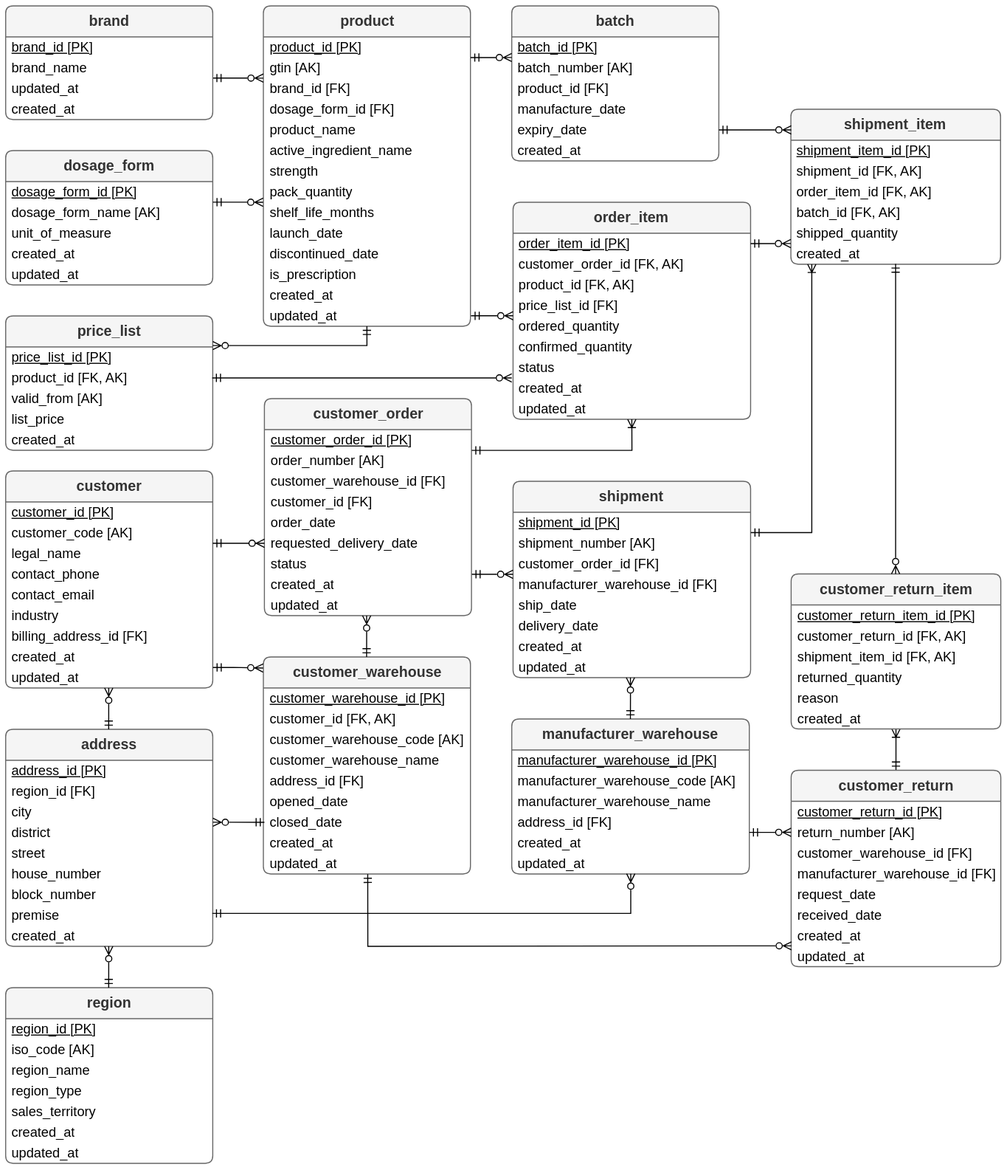
Earlier version of the draw.io export docs/images/ERP_entity_relationship.svg (IliaTimchuk/ZIP-Data-Pipeline). Source tidied: cells renumbered, new cells last; positions are measured from the earlier drawing's top-left corner, leaving out a move shared by most shapes.
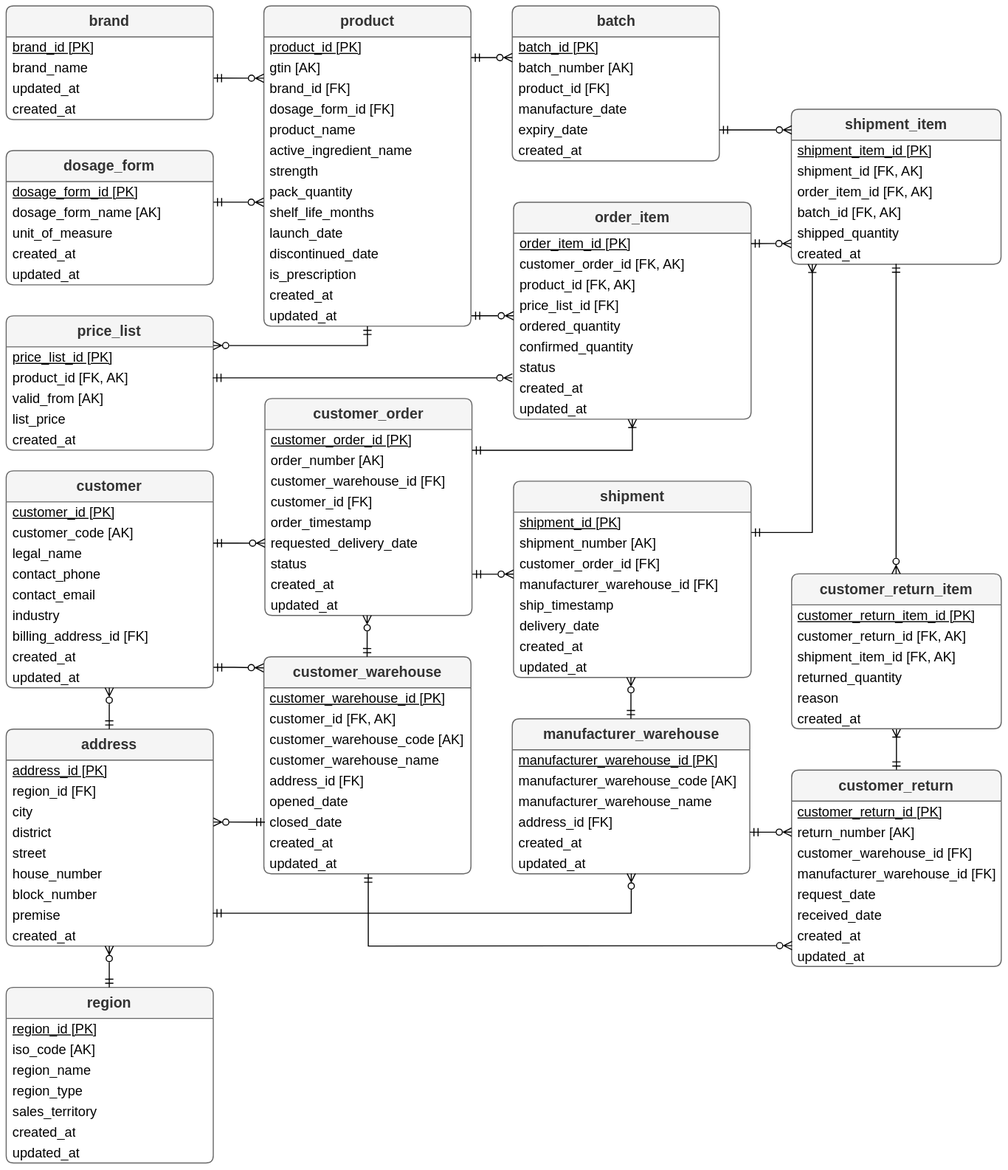
After the change.

The edit, as a diff of the source:
```diff
@@ -175,7 +175,7 @@
     <mxCell id="55" value="manufacturer_warehouse_id [FK]" style="text;align=left;verticalAlign=middle;spacingLeft=4;spacingRight=4;overflow=hidden;whiteSpace=wrap;html=1;fontSize=13;" parent="51" vertex="1">
       <mxGeometry y="90" width="230" height="20" as="geometry" />
     </mxCell>
-    <mxCell id="56" value="ship_date" style="text;align=left;verticalAlign=middle;spacingLeft=4;spacingRight=4;overflow=hidden;whiteSpace=wrap;html=1;fontSize=13;" parent="51" vertex="1">
+    <mxCell id="56" value="ship_timestamp" style="text;align=left;verticalAlign=middle;spacingLeft=4;spacingRight=4;overflow=hidden;whiteSpace=wrap;html=1;fontSize=13;" parent="51" vertex="1">
       <mxGeometry y="110" width="230" height="20" as="geometry" />
     </mxCell>
     <mxCell id="57" value="delivery_date" style="text;align=left;verticalAlign=middle;spacingLeft=4;spacingRight=4;overflow=hidden;whiteSpace=wrap;html=1;fontSize=13;" parent="51" vertex="1">
@@ -250,7 +250,7 @@
     <mxCell id="80" value="customer_id [FK]" style="text;align=left;verticalAlign=middle;spacingLeft=4;spacingRight=4;overflow=hidden;whiteSpace=wrap;html=1;fontSize=13;" parent="76" vertex="1">
       <mxGeometry y="90" width="200.5" height="20" as="geometry" />
     </mxCell>
-    <mxCell id="81" value="order_date" style="text;align=left;verticalAlign=middle;spacingLeft=4;spacingRight=4;overflow=hidden;whiteSpace=wrap;html=1;fontSize=13;" parent="76" vertex="1">
+    <mxCell id="81" value="order_timestamp" style="text;align=left;verticalAlign=middle;spacingLeft=4;spacingRight=4;overflow=hidden;whiteSpace=wrap;html=1;fontSize=13;" parent="76" vertex="1">
       <mxGeometry y="110" width="200.5" height="20" as="geometry" />
     </mxCell>
     <mxCell id="82" value="requested_delivery_date" style="text;align=left;verticalAlign=middle;spacingLeft=4;spacingRight=4;overflow=hidden;whiteSpace=wrap;html=1;fontSize=13;" parent="76" vertex="1">
```
